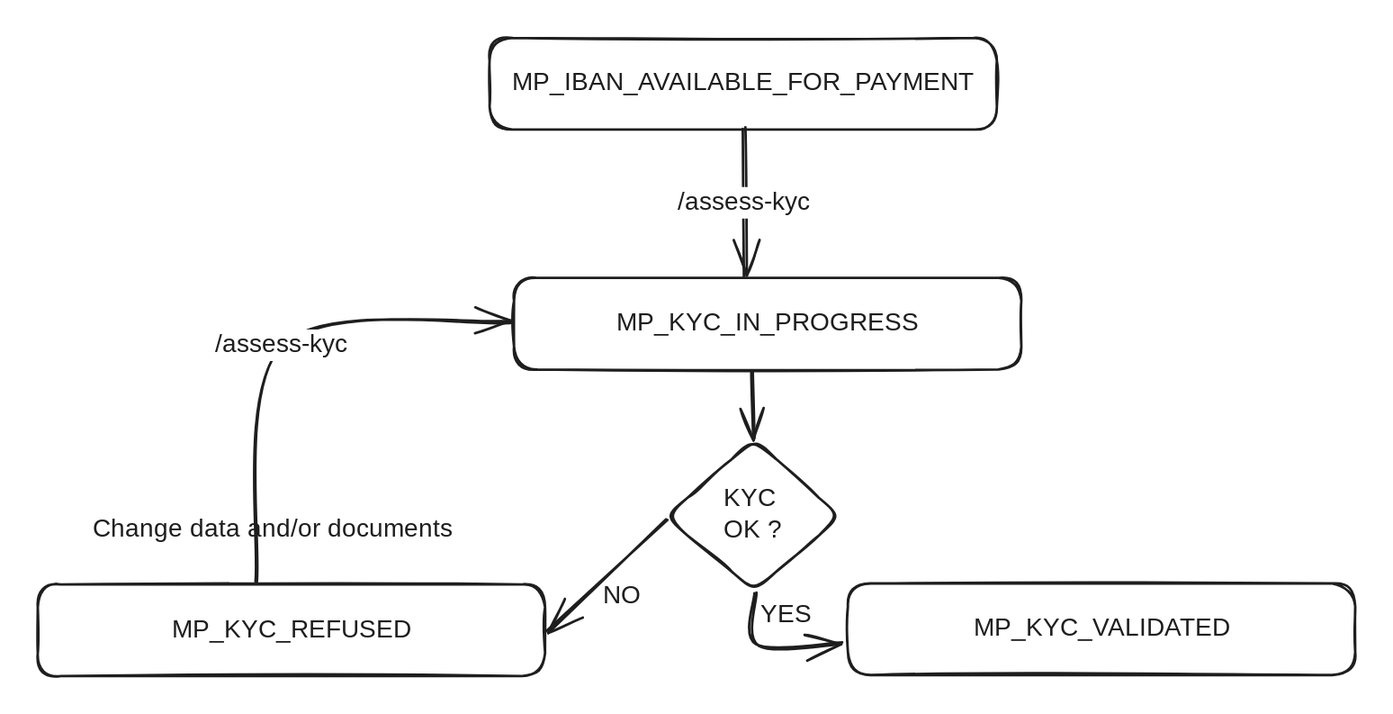
Earlier version of the Excalidraw export .gitbook/assets/file.excalidraw (4).svg (scalexpert/documentation). Source tidied: one line per element, renumbered; positions are measured from the earlier drawing's top-left corner, leaving out a move shared by most shapes.
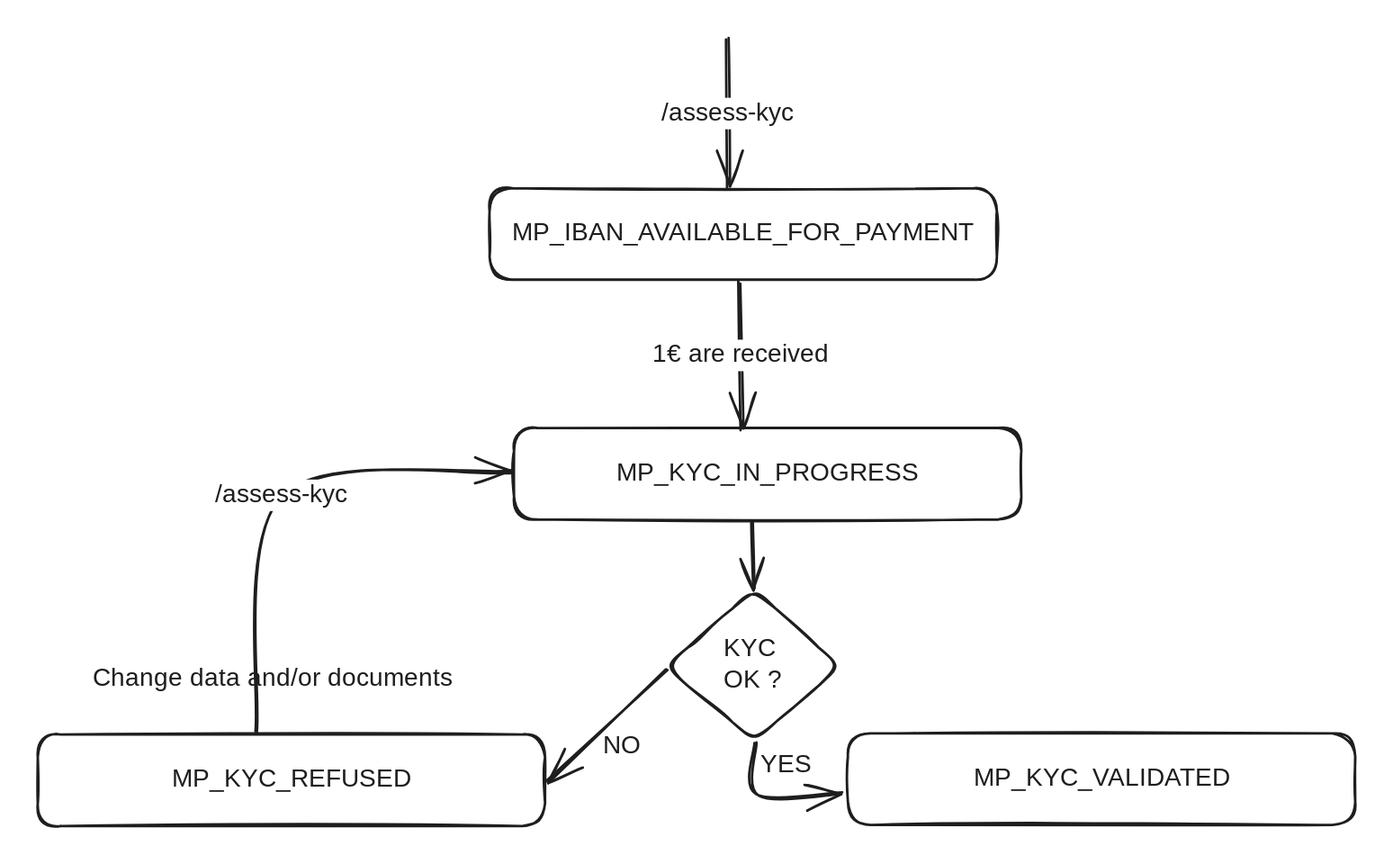
The same diagram one commit later.

The edit, as a diff of the source:
```diff
@@ -6,8 +6,10 @@
 {"id": 5, "type": "text", "text": "MP_KYC_IN_PROGRESS", "strokeColor": "#1e1e1e", "strokeWidth": 2, "roughness": 1, "fontSize": 20, "fontFamily": 1, "textAlign": "center", "verticalAlign": "middle", "inside": 4, "x": 456, "y": 214, "width": 246, "height": 25}
 {"id": 6, "type": "rectangle", "strokeColor": "#1e1e1e", "strokeWidth": 2, "roughness": 1, "round": true, "x": 359, "y": 0, "width": 403, "height": 73}
 {"id": 7, "type": "text", "text": "MP_IBAN_AVAILABLE_FOR_PAYMENT", "strokeColor": "#1e1e1e", "strokeWidth": 2, "roughness": 1, "fontSize": 20, "fontFamily": 1, "textAlign": "center", "verticalAlign": "middle", "inside": 6, "x": 364, "y": 24, "width": 393, "height": 25}
-{"id": 8, "type": "arrow", "strokeColor": "#1e1e1e", "strokeWidth": 2, "roughness": 1, "endArrowhead": "arrow", "round": true, "to": 4, "x": 560, "y": 72, "width": 1, "height": 117, "points": [[0, 0], [1, 117]]}
+{"id": 8, "type": "arrow", "strokeColor": "#1e1e1e", "strokeWidth": 2, "roughness": 1, "endArrowhead": "arrow", "round": true, "to": 6, "x": 547, "y": -118, "width": 1, "height": 117, "points": [[0, 0], [1, 117]]}
 {"id": 9, "type": "text", "text": "/assess-kyc", "strokeColor": "#1e1e1e", "strokeWidth": 2, "roughness": 1, "fontSize": 20, "fontFamily": 1, "textAlign": "center", "verticalAlign": "middle", "inside": 8, "x": 503, "y": 118, "width": 115, "height": 25}
+{"id": 20, "type": "arrow", "strokeColor": "#1e1e1e", "strokeWidth": 2, "roughness": 1, "endArrowhead": "arrow", "round": true, "from": 6, "x": 557, "y": 74, "width": 1, "height": 117, "points": [[0, 0], [1, 117]]}
+{"id": 21, "type": "text", "text": "1€ are received", "strokeColor": "#1e1e1e", "strokeWidth": 2, "roughness": 1, "fontSize": 20, "fontFamily": 1, "textAlign": "center", "verticalAlign": "middle", "inside": 20, "x": 483, "y": 120, "width": 150, "height": 25}
 {"id": 10, "type": "diamond", "strokeColor": "#1e1e1e", "strokeWidth": 2, "roughness": 1, "round": true, "x": 499, "y": 319, "width": 139, "height": 120}
 {"id": 11, "type": "text", "text": "KYC \nOK ?", "strokeColor": "#1e1e1e", "strokeWidth": 2, "roughness": 1, "fontSize": 20, "fontFamily": 1, "textAlign": "center", "verticalAlign": "middle", "inside": 10, "x": 545, "y": 354, "width": 46, "height": 50}
 {"id": 12, "type": "arrow", "strokeColor": "#1e1e1e", "strokeWidth": 2, "roughness": 1, "endArrowhead": "arrow", "round": true, "from": 4, "to": 10, "x": 567, "y": 264, "width": 1, "height": 54, "points": [[0, 0], [1, 54]]}
```
